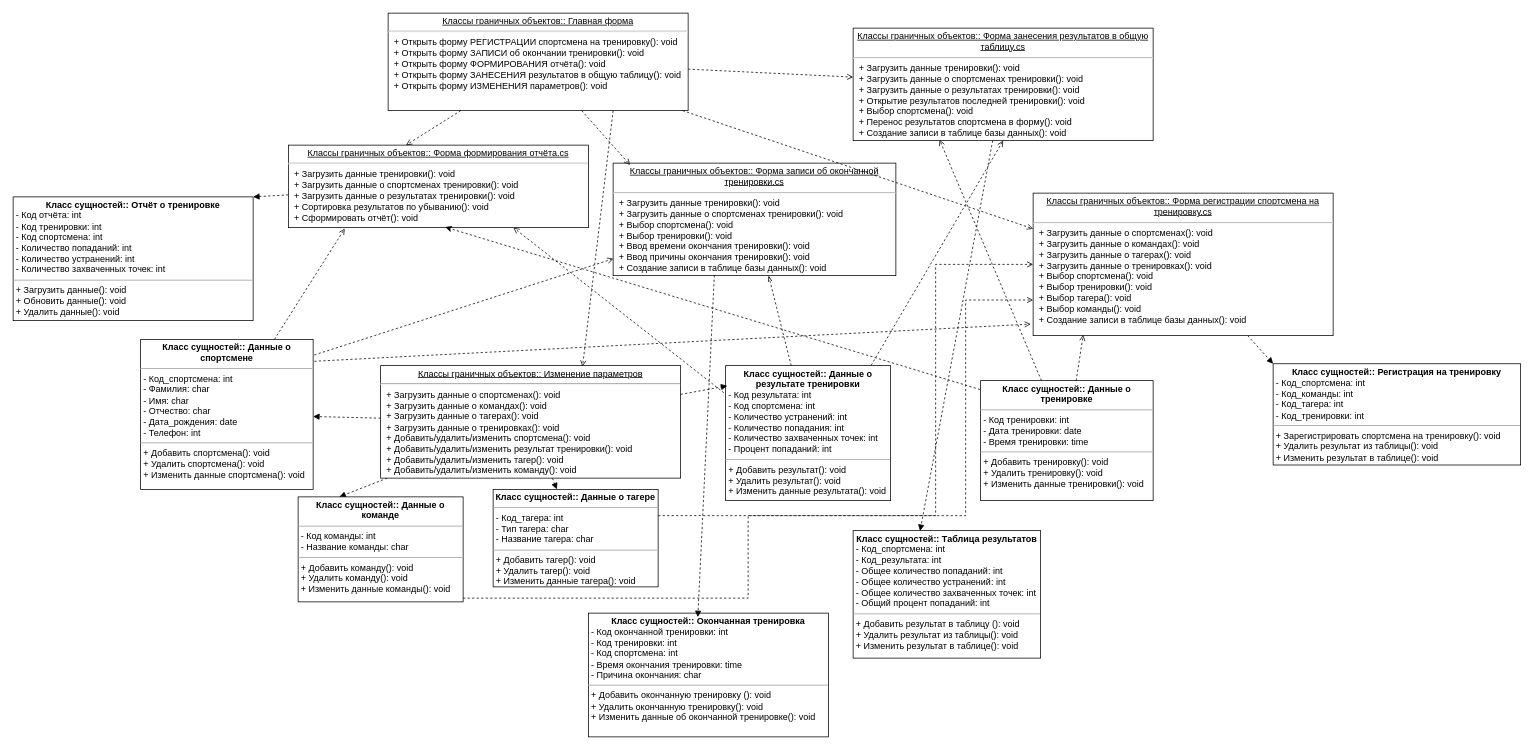
Above: Решения/Часть 3. Схемы/Диаграмма классов.drawio in VentoAureo12/Projecting-n-Design (draw.io), before the change. Source tidied: cells renumbered, new cells numbered last; positions are measured from the earlier drawing's top-left corner, leaving out a move shared by most shapes. Both pictures are drawn from the tidied source at 75%, with x=0, y=0 at pixel (13, 13).
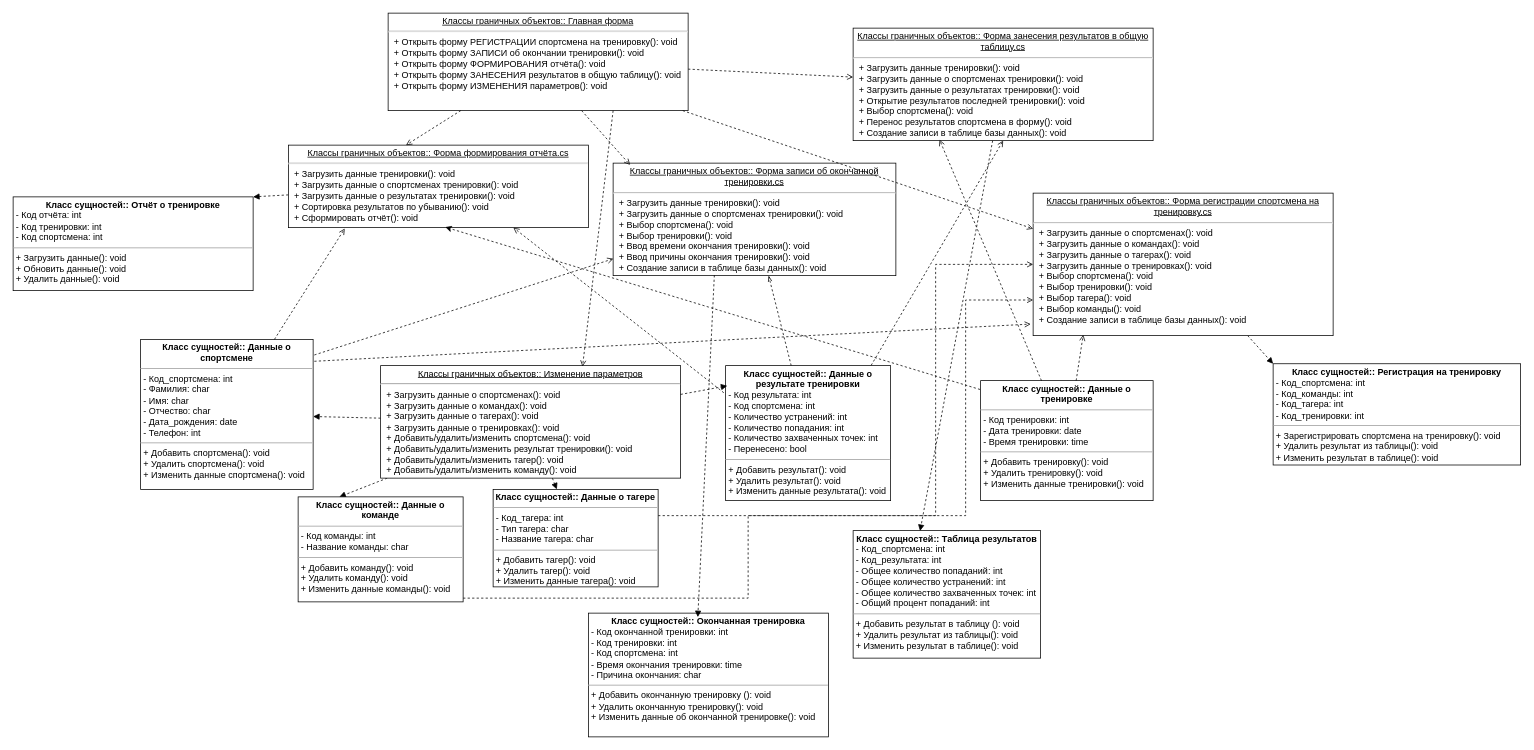
The same diagram, later.

Change to the diagram source:
```diff
@@
-    <mxCell id="22" value="&lt;p style=&quot;margin:0px;margin-top:4px;text-align:center;&quot;&gt;&lt;b&gt;Класс сущностей:: Данные о результате тренировки&lt;/b&gt;&lt;/p&gt;&lt;p style=&quot;margin:0px;margin-left:4px;&quot;&gt;- Код результата: int&lt;/p&gt;&lt;p style=&quot;margin:0px;margin-left:4px;&quot;&gt;- Код спортсмена: int&lt;br&gt;- Количество устранений: int&lt;/p&gt;&lt;p style=&quot;margin:0px;margin-left:4px;&quot;&gt;- Количество попадания: int&lt;/p&gt;&lt;p style=&quot;margin:0px;margin-left:4px;&quot;&gt;- Количество захваченных точек: int&lt;br&gt;&lt;/p&gt;&lt;p style=&quot;margin:0px;margin-left:4px;&quot;&gt;- Процент попаданий: int&lt;br&gt;&lt;/p&gt;&lt;hr size=&quot;1&quot;&gt;&lt;p style=&quot;margin:0px;margin-left:4px;&quot;&gt;+ Добавить результат(): void&lt;br&gt;+ Удалить результат(): void&lt;br&gt;&lt;/p&gt;&lt;p style=&quot;margin:0px;margin-left:4px;&quot;&gt;+ Изменить данные результата(): void&lt;br&gt;&lt;/p&gt;" style="verticalAlign=top;align=left;overflow=fill;fontSize=12;fontFamily=Helvetica;html=1;whiteSpace=wrap;" parent="1" vertex="1">
+    <mxCell id="22" value="&lt;p style=&quot;margin:0px;margin-top:4px;text-align:center;&quot;&gt;&lt;b&gt;Класс сущностей:: Данные о результате тренировки&lt;/b&gt;&lt;/p&gt;&lt;p style=&quot;margin:0px;margin-left:4px;&quot;&gt;- Код результата: int&lt;/p&gt;&lt;p style=&quot;margin:0px;margin-left:4px;&quot;&gt;- Код спортсмена: int&lt;br&gt;- Количество устранений: int&lt;/p&gt;&lt;p style=&quot;margin:0px;margin-left:4px;&quot;&gt;- Количество попадания: int&lt;/p&gt;&lt;p style=&quot;margin:0px;margin-left:4px;&quot;&gt;- Количество захваченных точек: int&lt;br&gt;&lt;/p&gt;&lt;p style=&quot;margin:0px;margin-left:4px;&quot;&gt;- Перенесено: bool&lt;br&gt;&lt;/p&gt;&lt;hr size=&quot;1&quot;&gt;&lt;p style=&quot;margin:0px;margin-left:4px;&quot;&gt;+ Добавить результат(): void&lt;br&gt;+ Удалить результат(): void&lt;br&gt;&lt;/p&gt;&lt;p style=&quot;margin:0px;margin-left:4px;&quot;&gt;+ Изменить данные результата(): void&lt;br&gt;&lt;/p&gt;" style="verticalAlign=top;align=left;overflow=fill;fontSize=12;fontFamily=Helvetica;html=1;whiteSpace=wrap;" parent="1" vertex="1">
       <mxGeometry x="950" y="470" width="220" height="180" as="geometry" />
     </mxCell>
@@
-    <mxCell id="31" value="&lt;p style=&quot;margin:0px;margin-top:4px;text-align:center;&quot;&gt;&lt;b&gt;Класс сущностей:: Отчёт о тренировке&lt;/b&gt;&lt;/p&gt;&lt;p style=&quot;margin:0px;margin-left:4px;&quot;&gt;- Код отчёта: int&lt;/p&gt;&lt;p style=&quot;margin:0px;margin-left:4px;&quot;&gt;- Код тренировки: int&lt;/p&gt;&lt;p style=&quot;margin:0px;margin-left:4px;&quot;&gt;- Код спортсмена: int&lt;br&gt;- Количество попаданий: int&lt;/p&gt;&lt;p style=&quot;margin:0px;margin-left:4px;&quot;&gt;- Количество устранений: int&lt;/p&gt;&lt;p style=&quot;margin:0px;margin-left:4px;&quot;&gt;- Количество захваченных точек: int&lt;/p&gt;&lt;hr size=&quot;1&quot;&gt;&lt;p style=&quot;margin:0px;margin-left:4px;&quot;&gt;+ Загрузить данные(): void&lt;br&gt;+ Обновить данные(): void&lt;br&gt;&lt;/p&gt;&lt;p style=&quot;margin:0px;margin-left:4px;&quot;&gt;+ Удалить данные(): void&lt;br&gt;&lt;/p&gt;" style="verticalAlign=top;align=left;overflow=fill;fontSize=12;fontFamily=Helvetica;html=1;whiteSpace=wrap;" parent="1" vertex="1">
-      <mxGeometry y="245" width="320" height="165" as="geometry" />
+    <mxCell id="31" value="&lt;p style=&quot;margin:0px;margin-top:4px;text-align:center;&quot;&gt;&lt;b&gt;Класс сущностей:: Отчёт о тренировке&lt;/b&gt;&lt;/p&gt;&lt;p style=&quot;margin:0px;margin-left:4px;&quot;&gt;- Код отчёта: int&lt;/p&gt;&lt;p style=&quot;margin:0px;margin-left:4px;&quot;&gt;- Код тренировки: int&lt;/p&gt;&lt;p style=&quot;margin:0px;margin-left:4px;&quot;&gt;- Код спортсмена: int&lt;br&gt;&lt;/p&gt;&lt;hr size=&quot;1&quot;&gt;&lt;p style=&quot;margin:0px;margin-left:4px;&quot;&gt;+ Загрузить данные(): void&lt;br&gt;+ Обновить данные(): void&lt;br&gt;&lt;/p&gt;&lt;p style=&quot;margin:0px;margin-left:4px;&quot;&gt;+ Удалить данные(): void&lt;br&gt;&lt;/p&gt;" style="verticalAlign=top;align=left;overflow=fill;fontSize=12;fontFamily=Helvetica;html=1;whiteSpace=wrap;" parent="1" vertex="1">
+      <mxGeometry y="245" width="320" height="125" as="geometry" />
     </mxCell>
```
